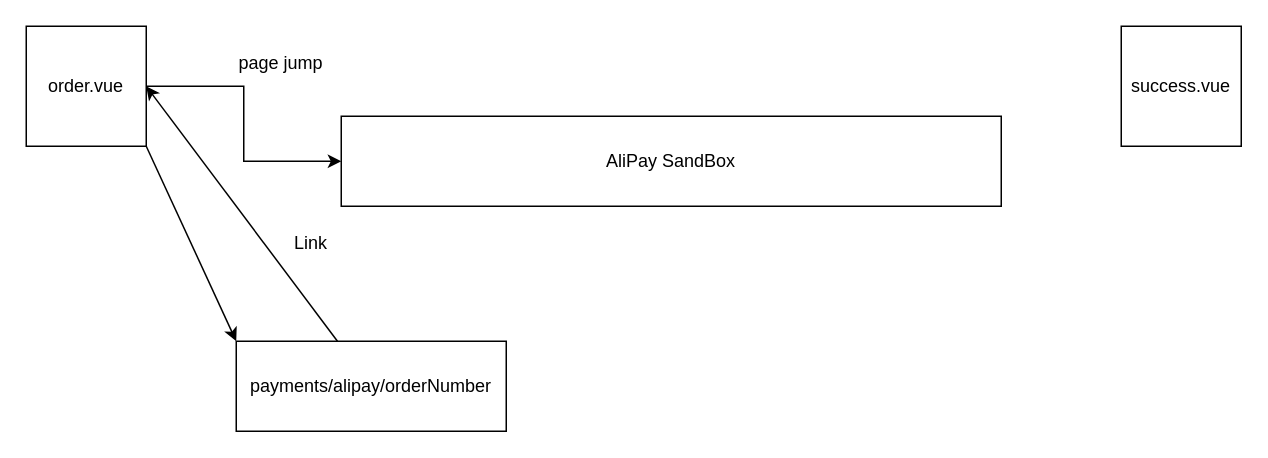
Caesar-Victory/archtechIllustration keeps this draw.io diagram as draw.io/payment flow.drawio. Above is the earlier version. Source tidied: cells renumbered, new cells numbered last; positions are measured from the earlier drawing's top-left corner, leaving out a move shared by most shapes. Both pictures are drawn from the tidied source at 150%, with x=0, y=0 at pixel (26, 26).
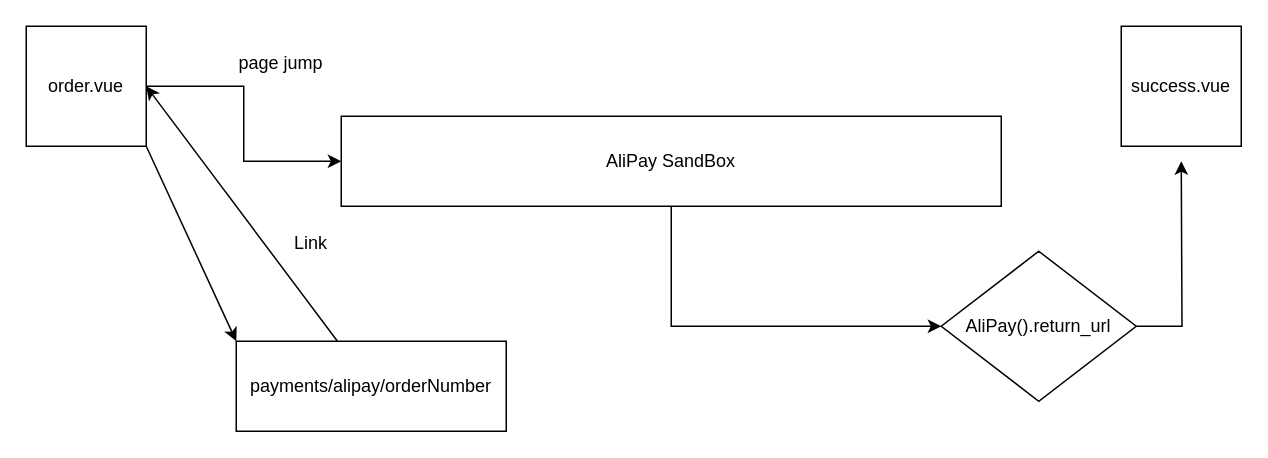
After the change.

What changed in the source:
```diff
@@
 <mxGraphModel>
   <root>
     <mxCell id="0" />
     <mxCell id="1" parent="0" />
     <mxCell id="2" style="edgeStyle=orthogonalEdgeStyle;rounded=0;jettySize=auto;html=1;" parent="1" edge="1" source="3" target="8">
       <mxGeometry relative="1" as="geometry" />
     </mxCell>
     <mxCell id="3" value="order.vue" style="whiteSpace=wrap;html=1;" parent="1" vertex="1">
       <mxGeometry width="80" height="80" as="geometry" />
     </mxCell>
     <mxCell id="4" value="success.vue" style="whiteSpace=wrap;html=1;" parent="1" vertex="1">
       <mxGeometry x="730" width="80" height="80" as="geometry" />
     </mxCell>
     <mxCell id="5" value="payments/alipay/orderNumber" style="rounded=0;whiteSpace=wrap;html=1;" parent="1" vertex="1">
       <mxGeometry x="140" y="210" width="180" height="60" as="geometry" />
     </mxCell>
     <mxCell id="6" style="endArrow=classic;html=1;rounded=0;exitX=1;exitY=1;exitDx=0;exitDy=0;entryX=0;entryY=0;entryDx=0;entryDy=0;" parent="1" edge="1" source="3" target="5">
       <mxGeometry relative="1" as="geometry" />
     </mxCell>
     <mxCell id="7" style="endArrow=classic;html=1;rounded=0;entryX=1;entryY=0.5;entryDx=0;entryDy=0;" parent="1" edge="1" source="5" target="3">
       <mxGeometry relative="1" as="geometry" />
     </mxCell>
+    <mxCell id="11" style="edgeStyle=orthogonalEdgeStyle;rounded=0;jettySize=auto;html=1;entryX=0;entryY=0.5;entryDx=0;entryDy=0;" parent="1" edge="1" source="8" target="13">
+      <mxGeometry relative="1" as="geometry" />
+    </mxCell>
     <mxCell id="8" value="AliPay SandBox" style="rounded=0;whiteSpace=wrap;html=1;" parent="1" vertex="1">
       <mxGeometry x="210" y="60" width="440" height="60" as="geometry" />
     </mxCell>
     <mxCell id="9" value="Link" style="text;html=1;strokeColor=none;fillColor=none;align=center;verticalAlign=middle;whiteSpace=wrap;rounded=0;" parent="1" vertex="1">
       <mxGeometry x="160" y="130" width="60" height="30" as="geometry" />
     </mxCell>
     <mxCell id="10" value="page jump" style="text;html=1;strokeColor=none;fillColor=none;align=center;verticalAlign=middle;whiteSpace=wrap;rounded=0;" parent="1" vertex="1">
       <mxGeometry x="140" y="10" width="60" height="30" as="geometry" />
     </mxCell>
+    <mxCell id="12" style="edgeStyle=orthogonalEdgeStyle;rounded=0;jettySize=auto;html=1;" parent="1" edge="1" source="13">
+      <mxGeometry relative="1" as="geometry">
+        <mxPoint x="770" y="90" as="targetPoint" />
+      </mxGeometry>
+    </mxCell>
+    <mxCell id="13" value="AliPay().return_url" style="rhombus;whiteSpace=wrap;html=1;" parent="1" vertex="1">
+      <mxGeometry x="610" y="150" width="130" height="100" as="geometry" />
+    </mxCell>
   </root>
 </mxGraphModel>
```
